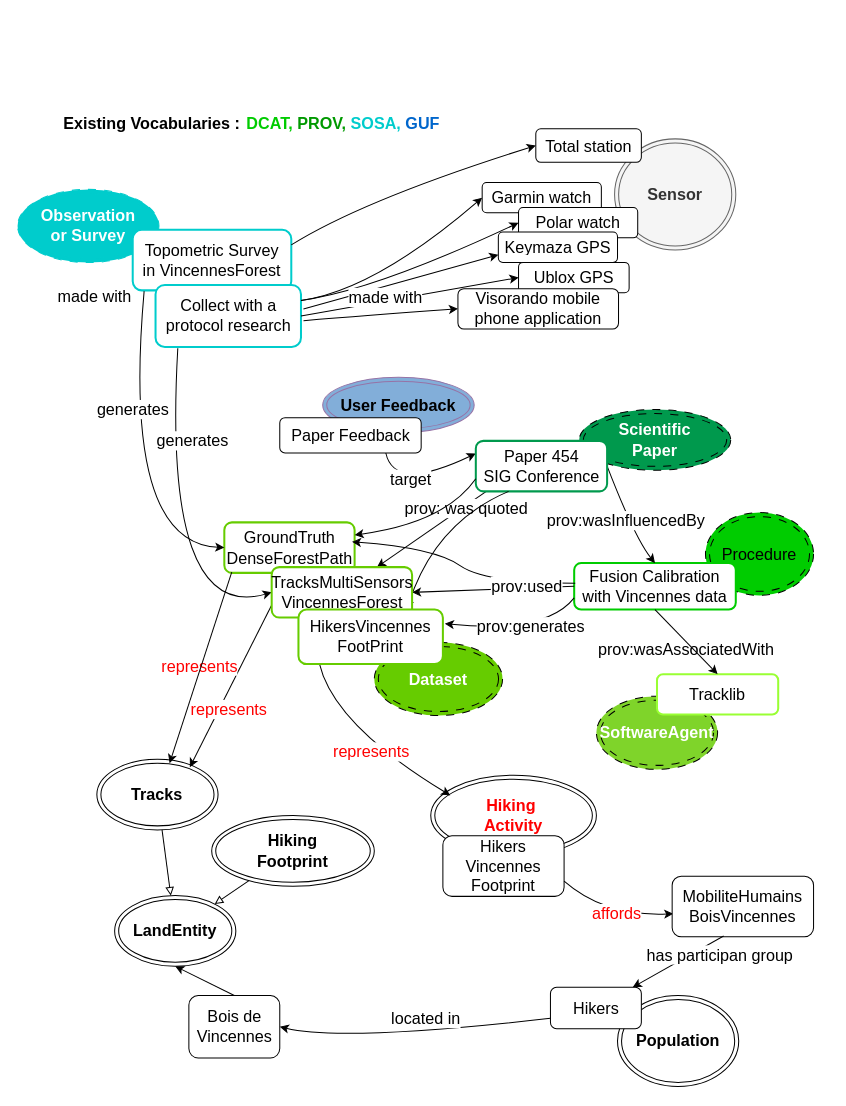
Before: page "Schéma 2 article" (3 of 3) of docs/diagrams/model_KG.drawio in IntForOut/outdoorPressure, a draw.io diagram. Source tidied: cells renumbered, new cells numbered last; positions are measured from the earlier drawing's top-left corner, leaving out a move shared by most shapes. Both pictures are drawn from the tidied source at 101%, with x=0, y=0 at pixel (17, 98).
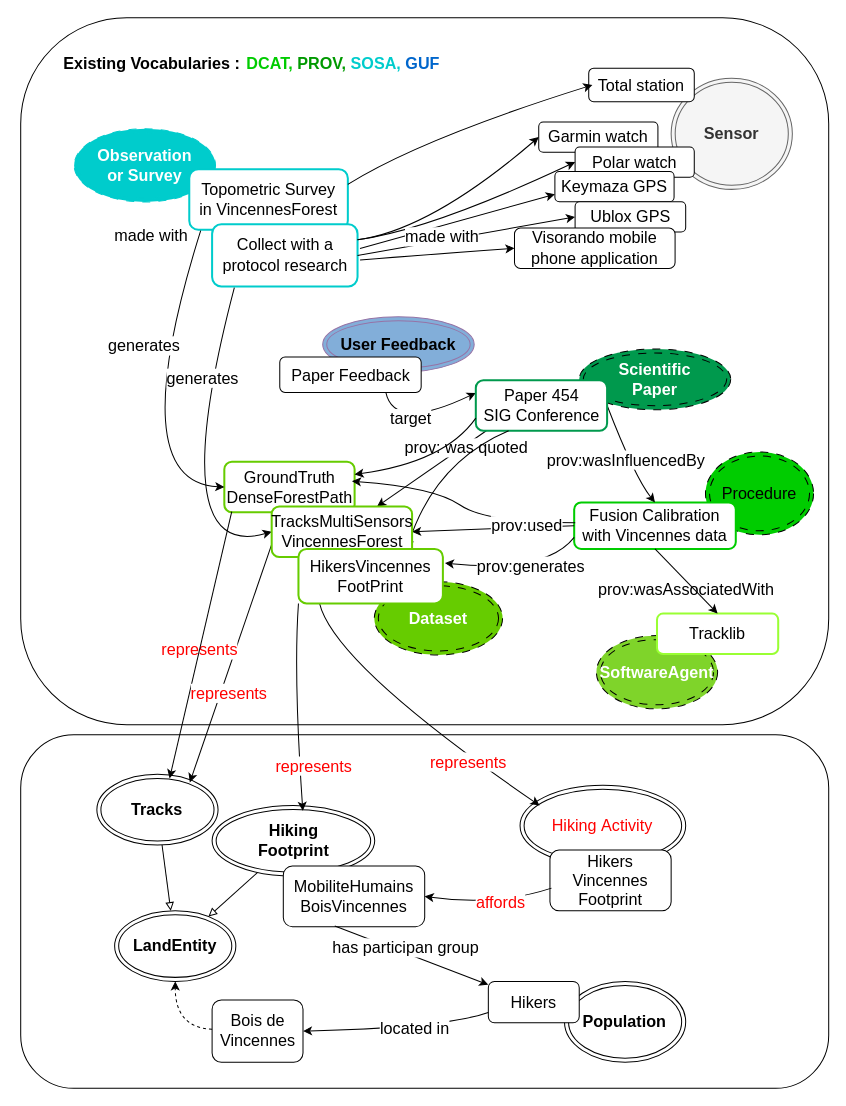
After the change.

Commit message (it also covers changes not shown here):
Mettre à jour model_KG.drawio

The edit, as a diff of the source:
```diff
@@
+    <mxCell id="78" style="rounded=1;whiteSpace=wrap;html=1;fillColor=none;" parent="1" vertex="1">
+      <mxGeometry x="3" y="-80" width="800" height="700" as="geometry" />
+    </mxCell>
+    <mxCell id="79" style="rounded=1;whiteSpace=wrap;html=1;fillColor=none;" parent="1" vertex="1">
+      <mxGeometry x="3" y="630" width="800" height="350" as="geometry" />
+    </mxCell>
     <mxCell id="2" value="&lt;font&gt;&lt;b&gt;Sensor&lt;/b&gt;&lt;/font&gt;" style="ellipse;shape=doubleEllipse;whiteSpace=wrap;html=1;fontSize=16;fillColor=#f5f5f5;fontColor=#333333;strokeColor=#666666;" parent="1" vertex="1">
-      <mxGeometry x="591" y="40" width="120" height="110" as="geometry" />
+      <mxGeometry x="647" y="-20" width="120" height="110" as="geometry" />
     </mxCell>
     <mxCell id="3" value="&lt;font style=&quot;color: rgb(255, 255, 255);&quot;&gt;&lt;b&gt;Observation&lt;br&gt;or Survey&lt;/b&gt;&lt;/font&gt;" style="ellipse;shape=doubleEllipse;whiteSpace=wrap;html=1;fontSize=16;fillColor=#00CCCC;dashed=1;dashPattern=8 8;strokeColor=#00CCCC;" parent="1" vertex="1">
-      <mxGeometry x="-0.1" y="90" width="140" height="72.5" as="geometry" />
+      <mxGeometry x="55.9" y="30" width="140" height="72.5" as="geometry" />
     </mxCell>
     <mxCell id="4" value="&lt;div&gt;&lt;font&gt;Topometric Survey&lt;/font&gt;&lt;/div&gt;&lt;div&gt;&lt;font&gt;in VincennesForest&lt;/font&gt;&lt;/div&gt;" style="rounded=1;whiteSpace=wrap;html=1;strokeColor=#00CCCC;strokeWidth=2;fontSize=16;" parent="1" vertex="1">
-      <mxGeometry x="113.9" y="130" width="157" height="60" as="geometry" />
+      <mxGeometry x="169.9" y="70" width="157" height="60" as="geometry" />
     </mxCell>
     <mxCell id="5" value="&lt;div&gt;&lt;b&gt;Hiking&lt;/b&gt;&lt;/div&gt;&lt;div&gt;&lt;b&gt;Footprint&lt;/b&gt;&lt;/div&gt;" style="ellipse;shape=doubleEllipse;whiteSpace=wrap;html=1;fontSize=16;" parent="1" vertex="1">
-      <mxGeometry x="192.1" y="710" width="161" height="70" as="geometry" />
+      <mxGeometry x="192.5" y="700" width="161" height="70" as="geometry" />
     </mxCell>
     <mxCell id="6" value="&lt;font&gt;&lt;b&gt;User Feedback&lt;/b&gt;&lt;/font&gt;" style="ellipse;shape=doubleEllipse;whiteSpace=wrap;html=1;fontSize=16;fillColor=#82AED9;strokeColor=#9673a6;" parent="1" vertex="1">
-      <mxGeometry x="302" y="276" width="150" height="55.1" as="geometry" />
+      <mxGeometry x="302" y="216" width="150" height="55.1" as="geometry" />
     </mxCell>
     <mxCell id="7" value="&lt;font style=&quot;color: rgb(255, 255, 255);&quot;&gt;&lt;b&gt;Dataset&lt;/b&gt;&lt;/font&gt;" style="ellipse;shape=doubleEllipse;whiteSpace=wrap;html=1;fontSize=16;fillColor=#66CC00;strokeColor=default;dashed=1;dashPattern=8 8;" parent="1" vertex="1">
-      <mxGeometry x="353.1" y="538.5" width="127" height="72.5" as="geometry" />
+      <mxGeometry x="353.1" y="478.5" width="127" height="72.5" as="geometry" />
     </mxCell>
     <mxCell id="8" value="&lt;font style=&quot;color: rgb(255, 255, 255);&quot;&gt;&lt;span style=&quot;color: rgb(0, 204, 0);&quot;&gt;&lt;font&gt;&lt;span style=&quot;color: rgb(0, 0, 0);&quot;&gt;Procedure&lt;/span&gt;&lt;/font&gt;&lt;/span&gt;&lt;/font&gt;" style="ellipse;shape=doubleEllipse;whiteSpace=wrap;html=1;fontSize=16;fillColor=#00CC00;dashed=1;dashPattern=8 8;" parent="1" vertex="1">
-      <mxGeometry x="681" y="410" width="107" height="82" as="geometry" />
+      <mxGeometry x="681" y="350" width="107" height="82" as="geometry" />
     </mxCell>
     <mxCell id="9" value="&lt;div&gt;&lt;font style=&quot;color: rgb(255, 255, 255);&quot;&gt;&lt;b&gt;Scientific&lt;/b&gt;&lt;/font&gt;&lt;/div&gt;&lt;div&gt;&lt;font style=&quot;color: rgb(255, 255, 255);&quot;&gt;&lt;b&gt;Paper&lt;/b&gt;&lt;/font&gt;&lt;/div&gt;" style="ellipse;shape=doubleEllipse;whiteSpace=wrap;html=1;fontSize=16;dashed=1;dashPattern=8 8;fillColor=#00994D;" parent="1" vertex="1">
-      <mxGeometry x="556" y="308" width="150" height="60.2" as="geometry" />
+      <mxGeometry x="556" y="248" width="150" height="60.2" as="geometry" />
     </mxCell>
     <mxCell id="10" value="&lt;b&gt;&lt;span style=&quot;color: rgb(255, 255, 255);&quot;&gt;&lt;font&gt;SoftwareAgent&lt;/font&gt;&lt;/span&gt;&lt;/b&gt;" style="ellipse;shape=doubleEllipse;whiteSpace=wrap;html=1;fontSize=16;fillColor=#7FD42A;dashed=1;dashPattern=8 8;" parent="1" vertex="1">
-      <mxGeometry x="573" y="591.8" width="120" height="72.5" as="geometry" />
+      <mxGeometry x="573" y="531.8" width="120" height="72.5" as="geometry" />
     </mxCell>
     <mxCell id="11" value="&lt;div&gt;&lt;font&gt;Fusion Calibration&lt;/font&gt;&lt;/div&gt;&lt;div&gt;&lt;font&gt;with Vincennes data&lt;/font&gt;&lt;/div&gt;" style="rounded=1;whiteSpace=wrap;html=1;strokeColor=#00CC00;strokeWidth=2;fontSize=16;" parent="1" vertex="1">
-      <mxGeometry x="551" y="460" width="160" height="46" as="geometry" />
+      <mxGeometry x="551" y="400" width="160" height="46" as="geometry" />
     </mxCell>
     <mxCell id="12" value="&lt;font&gt;Tracklib&lt;/font&gt;" style="rounded=1;whiteSpace=wrap;html=1;strokeColor=#99FF33;strokeWidth=2;fontSize=16;" parent="1" vertex="1">
-      <mxGeometry x="633" y="570" width="120" height="40" as="geometry" />
+      <mxGeometry x="633" y="510" width="120" height="40" as="geometry" />
     </mxCell>
-    <mxCell id="13" value="&lt;div&gt;&lt;font style=&quot;color: rgb(255, 0, 0);&quot;&gt;&lt;b&gt;Hiking&amp;nbsp;&lt;/b&gt;&lt;/font&gt;&lt;/div&gt;&lt;div&gt;&lt;font style=&quot;color: rgb(255, 0, 0);&quot;&gt;&lt;b&gt;Activity&lt;/b&gt;&lt;/font&gt;&lt;/div&gt;" style="ellipse;shape=doubleEllipse;whiteSpace=wrap;html=1;fontSize=16;" parent="1" vertex="1">
-      <mxGeometry x="409" y="670" width="164" height="80" as="geometry" />
+    <mxCell id="13" value="&lt;div&gt;&lt;font style=&quot;color: rgb(255, 0, 0);&quot;&gt;Hiking&amp;nbsp;&lt;/font&gt;&lt;font style=&quot;color: rgb(255, 0, 0);&quot;&gt;Activity&lt;/font&gt;&lt;/div&gt;" style="ellipse;shape=doubleEllipse;whiteSpace=wrap;html=1;fontSize=16;" parent="1" vertex="1">
+      <mxGeometry x="497.4" y="680" width="164" height="80" as="geometry" />
     </mxCell>
     <mxCell id="14" value="&lt;b&gt;LandEntity&lt;/b&gt;" style="ellipse;shape=doubleEllipse;whiteSpace=wrap;html=1;fontSize=16;" parent="1" vertex="1">
-      <mxGeometry x="96" y="789.2" width="120" height="70" as="geometry" />
+      <mxGeometry x="96" y="804.2" width="120" height="70" as="geometry" />
     </mxCell>
     <mxCell id="15" value="&lt;div&gt;&lt;font&gt;GroundTruth&lt;/font&gt;&lt;/div&gt;&lt;div&gt;&lt;font&gt;DenseForestPath&lt;/font&gt;&lt;/div&gt;" style="rounded=1;whiteSpace=wrap;html=1;strokeColor=#66CC00;strokeWidth=2;fontSize=16;" parent="1" vertex="1">
-      <mxGeometry x="204.6" y="419.7" width="129" height="50" as="geometry" />
+      <mxGeometry x="204.6" y="359.7" width="129" height="50" as="geometry" />
     </mxCell>
     <mxCell id="16" style="endArrow=classic;html=1;rounded=0;exitX=0.072;exitY=1.013;exitDx=0;exitDy=0;entryX=0;entryY=0.5;entryDx=0;entryDy=0;curved=1;fontSize=16;exitPerimeter=0;" parent="1" edge="1" source="4" target="15">
       <mxGeometry relative="1" as="geometry">
         <Array as="points">
-          <mxPoint x="103" y="440" />
+          <mxPoint x="103" y="380" />
         </Array>
       </mxGeometry>
     </mxCell>
@@
     <mxCell id="18" value="&lt;font&gt;Paper Feedback&lt;/font&gt;" style="rounded=1;whiteSpace=wrap;html=1;fontSize=16;" parent="1" vertex="1">
-      <mxGeometry x="259.5" y="316" width="140" height="35" as="geometry" />
+      <mxGeometry x="259.5" y="256" width="140" height="35" as="geometry" />
     </mxCell>
     <mxCell id="19" value="&lt;font&gt;Collect with a protocol research&lt;/font&gt;" style="rounded=1;whiteSpace=wrap;html=1;strokeWidth=2;strokeColor=#00CCCC;fontSize=16;" parent="1" vertex="1">
-      <mxGeometry x="136.5" y="184.6" width="144" height="61.5" as="geometry" />
+      <mxGeometry x="192.5" y="124.6" width="144" height="61.5" as="geometry" />
     </mxCell>
     <mxCell id="20" style="endArrow=classic;html=1;rounded=0;exitX=0.153;exitY=1.021;exitDx=0;exitDy=0;entryX=0;entryY=0.5;entryDx=0;entryDy=0;curved=1;fontSize=16;exitPerimeter=0;" parent="1" edge="1" source="19" target="65">
       <mxGeometry relative="1" as="geometry">
         <Array as="points">
-          <mxPoint x="143" y="520" />
+          <mxPoint x="143" y="460" />
         </Array>
       </mxGeometry>
     </mxCell>
@@
     <mxCell id="22" value="&lt;font&gt;Garmin watch&lt;/font&gt;" style="rounded=1;whiteSpace=wrap;html=1;fontSize=16;" parent="1" vertex="1">
-      <mxGeometry x="459.9" y="83.2" width="118" height="30" as="geometry" />
+      <mxGeometry x="515.9" y="23.2" width="118" height="30" as="geometry" />
     </mxCell>
     <mxCell id="23" style="endArrow=classic;html=1;rounded=0;exitX=1;exitY=0.25;exitDx=0;exitDy=0;entryX=0;entryY=0.5;entryDx=0;entryDy=0;fontSize=16;curved=1;" parent="1" edge="1" source="19" target="22">
       <mxGeometry relative="1" as="geometry">
         <Array as="points">
-          <mxPoint x="353" y="190" />
+          <mxPoint x="409" y="130" />
         </Array>
       </mxGeometry>
     </mxCell>
@@
     <mxCell id="25" style="endArrow=classic;html=1;rounded=0;entryX=0;entryY=0.5;entryDx=0;entryDy=0;exitX=1;exitY=0.25;exitDx=0;exitDy=0;fontSize=16;curved=1;" parent="1" edge="1" source="19" target="43">
       <mxGeometry relative="1" as="geometry">
         <Array as="points">
-          <mxPoint x="353" y="190" />
+          <mxPoint x="409" y="130" />
         </Array>
       </mxGeometry>
     </mxCell>
     <mxCell id="26" style="endArrow=classic;html=1;rounded=0;entryX=0;entryY=0.5;entryDx=0;entryDy=0;curved=1;fontSize=16;" parent="1" edge="1" target="46">
       <mxGeometry relative="1" as="geometry">
-        <mxPoint x="283" y="220" as="sourcePoint" />
+        <mxPoint x="339" y="160" as="sourcePoint" />
         <Array as="points">
-          <mxPoint x="343" y="215" />
+          <mxPoint x="399" y="155" />
         </Array>
       </mxGeometry>
     </mxCell>
@@
     <mxCell id="28" style="endArrow=classic;html=1;rounded=0;exitX=1;exitY=0.5;exitDx=0;exitDy=0;entryX=0.5;entryY=0;entryDx=0;entryDy=0;curved=1;fontSize=16;" parent="1" edge="1" source="38" target="11">
       <mxGeometry relative="1" as="geometry">
         <Array as="points">
-          <mxPoint x="611" y="435" />
+          <mxPoint x="611" y="375" />
         </Array>
       </mxGeometry>
     </mxCell>
@@
     <mxCell id="30" style="endArrow=classic;html=1;rounded=0;exitX=0.75;exitY=1;exitDx=0;exitDy=0;entryX=0;entryY=0.25;entryDx=0;entryDy=0;fontSize=16;curved=1;" parent="1" edge="1" source="18" target="38">
       <mxGeometry relative="1" as="geometry">
         <Array as="points">
-          <mxPoint x="373" y="390" />
+          <mxPoint x="373" y="330" />
         </Array>
       </mxGeometry>
     </mxCell>
@@
     <mxCell id="32" value="prov:wasAssociatedWith" style="text;whiteSpace=wrap;fontSize=16;" parent="1" vertex="1">
-      <mxGeometry x="573" y="530" width="150" height="30" as="geometry" />
+      <mxGeometry x="573" y="470" width="150" height="30" as="geometry" />
     </mxCell>
@@
     <mxCell id="34" style="endArrow=classic;html=1;rounded=0;curved=1;exitX=0;exitY=0.75;exitDx=0;exitDy=0;fontSize=16;" parent="1" edge="1" source="11">
       <mxGeometry relative="1" as="geometry">
-        <mxPoint x="423" y="520" as="targetPoint" />
+        <mxPoint x="423" y="460" as="targetPoint" />
         <Array as="points">
-          <mxPoint x="523" y="530" />
+          <mxPoint x="523" y="470" />
         </Array>
       </mxGeometry>
     </mxCell>
@@
     <mxCell id="38" value="&lt;div&gt;&lt;font&gt;Paper 454&lt;/font&gt;&lt;/div&gt;&lt;div&gt;&lt;font&gt;SIG Conference&lt;/font&gt;&lt;/div&gt;" style="rounded=1;whiteSpace=wrap;html=1;strokeColor=#00994D;strokeWidth=2;fontSize=16;" parent="1" vertex="1">
-      <mxGeometry x="453.6" y="339" width="130" height="50" as="geometry" />
+      <mxGeometry x="453.6" y="279" width="130" height="50" as="geometry" />
     </mxCell>
     <mxCell id="39" style="endArrow=classic;html=1;rounded=0;curved=1;entryX=0.75;entryY=0;entryDx=0;entryDy=0;exitX=0.25;exitY=1;exitDx=0;exitDy=0;fontSize=16;" parent="1" edge="1" source="38" target="69">
       <mxGeometry relative="1" as="geometry">
         <Array as="points">
-          <mxPoint x="413" y="420" />
+          <mxPoint x="413" y="360" />
         </Array>
       </mxGeometry>
     </mxCell>
     <mxCell id="40" value="&lt;b&gt;Population&lt;/b&gt;" style="ellipse;shape=doubleEllipse;whiteSpace=wrap;html=1;fontSize=16;" parent="1" vertex="1">
-      <mxGeometry x="593.9" y="888.2" width="120" height="90" as="geometry" />
+      <mxGeometry x="541.4" y="874.2" width="120" height="80" as="geometry" />
     </mxCell>
@@
     <mxCell id="43" value="&lt;font&gt;Polar watch&lt;/font&gt;" style="rounded=1;whiteSpace=wrap;html=1;fontSize=16;" parent="1" vertex="1">
-      <mxGeometry x="495.9" y="108" width="118" height="30" as="geometry" />
+      <mxGeometry x="551.9" y="48" width="118" height="30" as="geometry" />
     </mxCell>
     <mxCell id="44" value="&lt;font&gt;Keymaza GPS&lt;/font&gt;" style="rounded=1;whiteSpace=wrap;html=1;fontSize=16;" parent="1" vertex="1">
-      <mxGeometry x="475.9" y="132.3" width="118" height="30" as="geometry" />
+      <mxGeometry x="531.9" y="72.3" width="118" height="30" as="geometry" />
     </mxCell>
     <mxCell id="45" value="&lt;font&gt;Ublox GPS&lt;/font&gt;" style="rounded=1;whiteSpace=wrap;html=1;fontSize=16;" parent="1" vertex="1">
-      <mxGeometry x="495.9" y="162.3" width="109.5" height="30" as="geometry" />
+      <mxGeometry x="551.9" y="102.3" width="109.5" height="30" as="geometry" />
     </mxCell>
     <mxCell id="46" value="&lt;font&gt;Visorando mobile phone application&lt;/font&gt;" style="rounded=1;whiteSpace=wrap;html=1;fontSize=16;" parent="1" vertex="1">
-      <mxGeometry x="435.9" y="188.3" width="159" height="40" as="geometry" />
+      <mxGeometry x="491.9" y="128.3" width="159" height="40" as="geometry" />
     </mxCell>
     <mxCell id="47" value="&lt;font&gt;Total station&lt;/font&gt;" style="rounded=1;whiteSpace=wrap;html=1;direction=south;fontSize=16;" parent="1" vertex="1">
-      <mxGeometry x="513" y="30" width="104.5" height="33.2" as="geometry" />
+      <mxGeometry x="565.4" y="-30" width="104.5" height="33.2" as="geometry" />
     </mxCell>
-    <mxCell id="48" style="endArrow=classic;html=1;rounded=0;exitX=1;exitY=0.25;exitDx=0;exitDy=0;curved=1;fontSize=16;entryX=0.5;entryY=1;entryDx=0;entryDy=0;" parent="1" edge="1" source="4" target="47">
+    <mxCell id="48" style="endArrow=classic;html=1;rounded=0;exitX=1;exitY=0.25;exitDx=0;exitDy=0;curved=1;fontSize=16;entryX=0.5;entryY=1;entryDx=0;entryDy=0;" parent="1" edge="1" source="4">
       <mxGeometry relative="1" as="geometry">
+        <mxPoint x="569" y="-13.4" as="targetPoint" />
         <Array as="points">
-          <mxPoint x="343" y="100" />
+          <mxPoint x="399" y="40" />
         </Array>
       </mxGeometry>
     </mxCell>
     <mxCell id="49" value="&lt;font&gt;made with&lt;/font&gt;" style="edgeLabel;html=1;align=center;verticalAlign=middle;fontSize=16;" parent="1" vertex="1">
-      <mxGeometry x="78.4" y="196" as="geometry">
+      <mxGeometry x="134.4" y="136" as="geometry">
         <mxPoint x="-3" y="-1" as="offset" />
       </mxGeometry>
     </mxCell>
     <mxCell id="50" style="endArrow=classic;html=1;rounded=0;entryX=0.98;entryY=0.385;entryDx=0;entryDy=0;entryPerimeter=0;fontSize=16;curved=1;" parent="1" edge="1" target="15">
       <mxGeometry relative="1" as="geometry">
-        <mxPoint x="552" y="480" as="sourcePoint" />
+        <mxPoint x="552" y="420" as="sourcePoint" />
         <Array as="points">
-          <mxPoint x="463" y="480" />
-          <mxPoint x="413" y="445" />
+          <mxPoint x="463" y="420" />
+          <mxPoint x="413" y="385" />
         </Array>
       </mxGeometry>
     </mxCell>
@@
     <mxCell id="53" value="&lt;font&gt;Hikers&lt;/font&gt;" style="rounded=1;whiteSpace=wrap;html=1;fontSize=16;" parent="1" vertex="1">
-      <mxGeometry x="527.5" y="880" width="90" height="41" as="geometry" />
+      <mxGeometry x="466" y="874.2" width="90" height="41" as="geometry" />
     </mxCell>
     <mxCell id="54" value="&lt;div&gt;&lt;font&gt;Hikers&lt;/font&gt;&lt;/div&gt;&lt;div&gt;&lt;font&gt;Vincennes&lt;/font&gt;&lt;/div&gt;&lt;div&gt;&lt;font&gt;Footprint&lt;/font&gt;&lt;/div&gt;" style="rounded=1;whiteSpace=wrap;html=1;fontSize=16;" parent="1" vertex="1">
-      <mxGeometry x="421" y="730" width="120" height="60" as="geometry" />
+      <mxGeometry x="527" y="744.2" width="120" height="60" as="geometry" />
     </mxCell>
     <mxCell id="55" value="&lt;font&gt;Bois de Vincennes&lt;/font&gt;" style="rounded=1;whiteSpace=wrap;html=1;fontSize=16;" parent="1" vertex="1">
-      <mxGeometry x="169.5" y="888.2" width="90" height="61.8" as="geometry" />
+      <mxGeometry x="192.5" y="892.5" width="90" height="61.8" as="geometry" />
     </mxCell>
     <mxCell id="56" style="endArrow=classic;html=1;rounded=0;curved=1;entryX=1;entryY=0.5;entryDx=0;entryDy=0;exitX=0;exitY=0.75;exitDx=0;exitDy=0;fontSize=16;" parent="1" edge="1" source="53" target="55">
       <mxGeometry relative="1" as="geometry">
         <Array as="points">
-          <mxPoint x="320.5" y="934.2" />
+          <mxPoint x="423" y="920" />
         </Array>
       </mxGeometry>
     </mxCell>
@@
-    <mxCell id="58" style="endArrow=classic;html=1;rounded=0;exitX=0.5;exitY=0;exitDx=0;exitDy=0;entryX=0.5;entryY=1;entryDx=0;entryDy=0;fontSize=16;" parent="1" edge="1" source="55" target="14">
-      <mxGeometry relative="1" as="geometry" />
+    <mxCell id="58" style="endArrow=classic;html=1;rounded=0;entryX=0.5;entryY=1;entryDx=0;entryDy=0;fontSize=16;curved=1;dashed=1;" parent="1" edge="1" source="55" target="14">
+      <mxGeometry relative="1" as="geometry">
+        <Array as="points">
+          <mxPoint x="156" y="920" />
+        </Array>
+      </mxGeometry>
     </mxCell>
     <mxCell id="59" value="&lt;b&gt;Tracks&lt;/b&gt;" style="ellipse;shape=doubleEllipse;whiteSpace=wrap;html=1;fontSize=16;" parent="1" vertex="1">
-      <mxGeometry x="78.4" y="654.2" width="120" height="70" as="geometry" />
+      <mxGeometry x="78.4" y="669.2" width="120" height="70" as="geometry" />
     </mxCell>
@@
     <mxCell id="63" style="endArrow=classic;html=1;rounded=0;exitX=0.145;exitY=0.99;exitDx=0;exitDy=0;entryX=0.118;entryY=0.25;entryDx=0;entryDy=0;entryPerimeter=0;exitPerimeter=0;fontSize=16;curved=1;" parent="1" edge="1" source="69" target="13">
       <mxGeometry relative="1" as="geometry">
         <Array as="points">
-          <mxPoint x="313" y="620" />
+          <mxPoint x="313" y="560" />
         </Array>
       </mxGeometry>
     </mxCell>
     <mxCell id="64" style="endArrow=classic;html=1;rounded=0;exitX=0;exitY=0.75;exitDx=0;exitDy=0;curved=1;entryX=1;entryY=0.25;entryDx=0;entryDy=0;fontSize=16;" parent="1" edge="1" source="38" target="15">
       <mxGeometry relative="1" as="geometry">
         <Array as="points">
-          <mxPoint x="423" y="420" />
+          <mxPoint x="423" y="360" />
         </Array>
       </mxGeometry>
     </mxCell>
     <mxCell id="65" value="&lt;div&gt;&lt;font&gt;TracksMultiSensors&lt;/font&gt;&lt;/div&gt;&lt;div&gt;&lt;font&gt;VincennesForest&lt;/font&gt;&lt;/div&gt;" style="rounded=1;whiteSpace=wrap;html=1;strokeColor=#66CC00;strokeWidth=2;fontSize=16;" parent="1" vertex="1">
-      <mxGeometry x="251.5" y="464" width="139" height="50" as="geometry" />
+      <mxGeometry x="251.5" y="404" width="139" height="50" as="geometry" />
     </mxCell>
     <mxCell id="66" value="&lt;font style=&quot;color: rgb(255, 0, 0);&quot;&gt;represents&lt;/font&gt;" style="edgeLabel;html=1;align=center;verticalAlign=middle;fontSize=16;" parent="1" vertex="1">
-      <mxGeometry x="435.9" y="670" as="geometry">
+      <mxGeometry x="531.9" y="680" as="geometry">
         <mxPoint x="-86" y="-24" as="offset" />
       </mxGeometry>
     </mxCell>
     <mxCell id="67" value="&lt;div&gt;&lt;font&gt;&lt;span style=&quot;color: rgb(0, 204, 0);&quot;&gt;&lt;b&gt;DCAT,&amp;nbsp;&lt;/b&gt;&lt;/span&gt;&lt;b&gt;&lt;span style=&quot;color: rgb(0, 153, 0);&quot;&gt;PROV,&amp;nbsp;&lt;/span&gt;&lt;span style=&quot;color: rgb(0, 204, 204);&quot;&gt;SOSA,&amp;nbsp;&lt;/span&gt;&lt;span style=&quot;color: rgb(0, 102, 204);&quot;&gt;GUF&lt;/span&gt;&lt;/b&gt;&lt;/font&gt;&lt;/div&gt;" style="text;html=1;whiteSpace=wrap;strokeColor=none;fillColor=none;align=center;verticalAlign=middle;rounded=0;fontSize=16;" parent="1" vertex="1">
-      <mxGeometry x="200.5" width="243" height="50" as="geometry" />
+      <mxGeometry x="200.5" y="-60" width="243" height="50" as="geometry" />
     </mxCell>
     <mxCell id="68" value="&lt;b&gt;&lt;font&gt;Existing Vocabularies :&lt;/font&gt;&lt;/b&gt;" style="text;html=1;whiteSpace=wrap;strokeColor=none;fillColor=none;align=center;verticalAlign=middle;rounded=0;fontSize=16;" parent="1" vertex="1">
-      <mxGeometry x="42.5" y="10" width="180" height="30" as="geometry" />
+      <mxGeometry x="42.5" y="-50" width="180" height="30" as="geometry" />
     </mxCell>
     <mxCell id="69" value="&lt;div&gt;&lt;font&gt;HikersVincennes&lt;/font&gt;&lt;/div&gt;&lt;div&gt;&lt;font&gt;FootPrint&lt;/font&gt;&lt;/div&gt;" style="rounded=1;whiteSpace=wrap;html=1;strokeColor=#66CC00;strokeWidth=2;fontSize=16;" parent="1" vertex="1">
-      <mxGeometry x="278" y="506" width="143" height="54" as="geometry" />
+      <mxGeometry x="278" y="446" width="143" height="54" as="geometry" />
     </mxCell>
-    <mxCell id="70" style="endArrow=classic;html=1;rounded=0;curved=1;exitX=1;exitY=0.75;exitDx=0;exitDy=0;entryX=0.008;entryY=0.62;entryDx=0;entryDy=0;fontSize=16;entryPerimeter=0;" parent="1" edge="1" source="54" target="73">
+    <mxCell id="70" style="endArrow=classic;html=1;rounded=0;curved=1;exitX=0.013;exitY=0.627;exitDx=0;exitDy=0;entryX=1;entryY=0.5;entryDx=0;entryDy=0;fontSize=16;exitPerimeter=0;" parent="1" edge="1" source="54" target="73">
       <mxGeometry relative="1" as="geometry">
         <Array as="points">
-          <mxPoint x="581" y="810" />
+          <mxPoint x="473" y="800" />
         </Array>
       </mxGeometry>
     </mxCell>
     <mxCell id="71" value="&lt;font&gt;located in&lt;/font&gt;" style="edgeLabel;html=1;align=center;verticalAlign=middle;fontSize=16;" parent="70" vertex="1">
       <mxGeometry x="-0.46" y="2" relative="1" as="geometry">
-        <mxPoint x="-164" y="115" as="offset" />
+        <mxPoint x="-103" y="126" as="offset" />
       </mxGeometry>
     </mxCell>
     <mxCell id="72" value="&lt;font style=&quot;color: rgb(255, 0, 0);&quot;&gt;affords&lt;/font&gt;" style="edgeLabel;html=1;align=center;verticalAlign=middle;fontSize=16;" parent="70" vertex="1">
       <mxGeometry x="-0.05" y="3" relative="1" as="geometry">
-        <mxPoint x="7" as="offset" />
+        <mxPoint x="7" y="-7" as="offset" />
       </mxGeometry>
     </mxCell>
     <mxCell id="73" value="&lt;div&gt;&lt;font&gt;MobiliteHumains&lt;/font&gt;&lt;/div&gt;&lt;div&gt;&lt;font&gt;BoisVincennes&lt;/font&gt;&lt;/div&gt;" style="rounded=1;whiteSpace=wrap;html=1;fontSize=16;" parent="1" vertex="1">
-      <mxGeometry x="648" y="770" width="140" height="60" as="geometry" />
+      <mxGeometry x="263" y="760" width="140" height="60" as="geometry" />
     </mxCell>
@@
+    <mxCell id="80" style="endArrow=classic;html=1;rounded=0;entryX=0.558;entryY=0.075;entryDx=0;entryDy=0;entryPerimeter=0;fontSize=16;curved=1;exitX=0;exitY=1;exitDx=0;exitDy=0;" parent="1" edge="1" source="69" target="5">
+      <mxGeometry relative="1" as="geometry">
+        <Array as="points">
+          <mxPoint x="273" y="570" />
+        </Array>
+      </mxGeometry>
+    </mxCell>
+    <mxCell id="81" value="&lt;font style=&quot;font-size: 16px;&quot;&gt;&lt;span style=&quot;color: rgb(255, 0, 0);&quot;&gt;&lt;font&gt;represents&lt;/font&gt;&lt;/span&gt;&lt;/font&gt;" style="edgeLabel;html=1;align=center;verticalAlign=middle;" parent="80" vertex="1">
+      <mxGeometry x="0.23" y="3" relative="1" as="geometry">
+        <mxPoint x="13" y="34" as="offset" />
+      </mxGeometry>
+    </mxCell>
```
